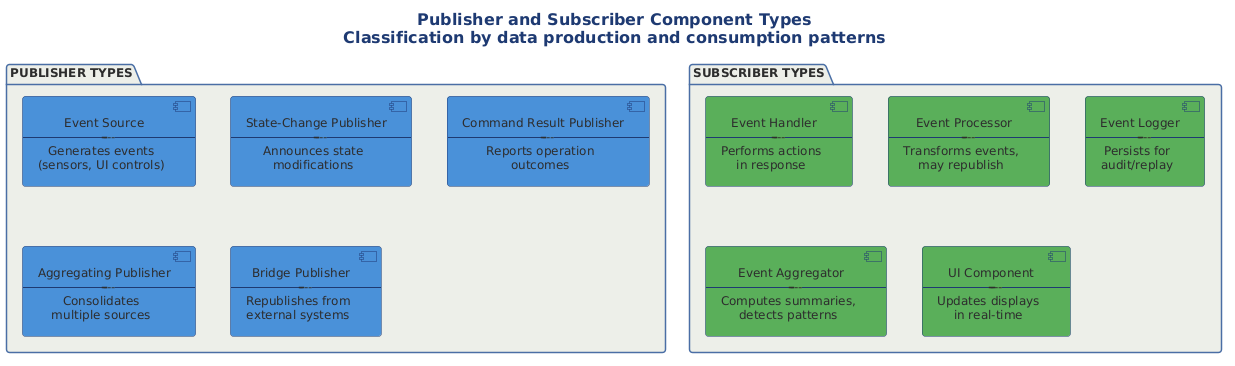
The PlantUML diagram src/architecture/views-and-beyond/style-catalogs/component-and-connector/publish-subscribe-style/png/publisher-subscriber-component-types.png in Notoriousjayy/latex-docs, before a commit. Source of this version:
```plantuml
@startuml

title Publisher and Subscriber Component Types\nClassification by data production and consumption patterns

!include ../../../../../../tooling/styles/plantuml/structural/package-diagram-style.iuml

package "PUBLISHER TYPES" {
    component "Event Source\n-----------\nGenerates events\n(sensors, UI controls)" as P1 #4A90D9
    component "State-Change Publisher\n-----------\nAnnounces state\nmodifications" as P2 #4A90D9
    component "Command Result Publisher\n-----------\nReports operation\noutcomes" as P3 #4A90D9
    component "Aggregating Publisher\n-----------\nConsolidates\nmultiple sources" as P4 #4A90D9
    component "Bridge Publisher\n-----------\nRepublishes from\nexternal systems" as P5 #4A90D9
}

package "SUBSCRIBER TYPES" {
    component "Event Handler\n-----------\nPerforms actions\nin response" as S1 #5BAE5B
    component "Event Processor\n-----------\nTransforms events,\nmay republish" as S2 #5BAE5B
    component "Event Logger\n-----------\nPersists for\naudit/replay" as S3 #5BAE5B
    component "Event Aggregator\n-----------\nComputes summaries,\ndetects patterns" as S4 #5BAE5B
    component "UI Component\n-----------\nUpdates displays\nin real-time" as S5 #5BAE5B
}

@enduml
```
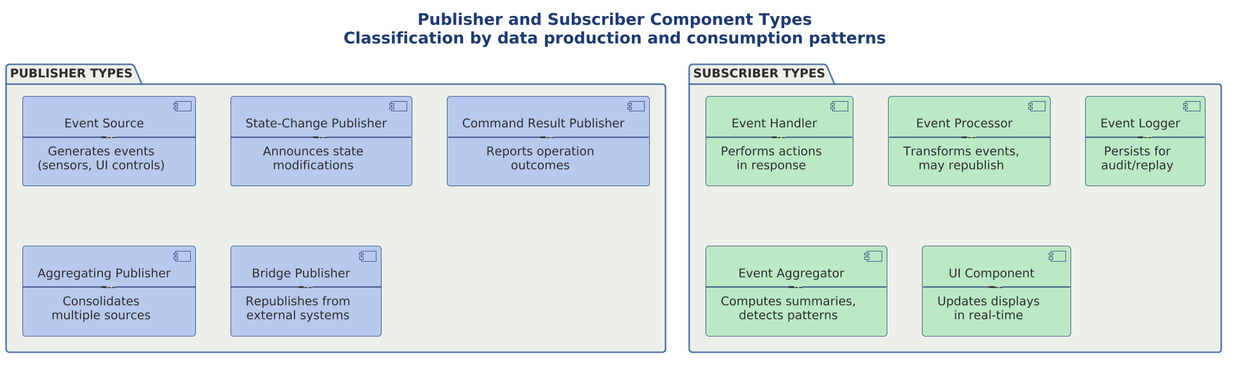
Later version of the same file.

Diff of the diagram source:
```diff
@@ -1,23 +1,28 @@
 @startuml
+
+skinparam dpi 150
+
+
+
 
 title Publisher and Subscriber Component Types\nClassification by data production and consumption patterns
 
 !include ../../../../../../tooling/styles/plantuml/structural/package-diagram-style.iuml
 
 package "PUBLISHER TYPES" {
-    component "Event Source\n-----------\nGenerates events\n(sensors, UI controls)" as P1 #4A90D9
-    component "State-Change Publisher\n-----------\nAnnounces state\nmodifications" as P2 #4A90D9
-    component "Command Result Publisher\n-----------\nReports operation\noutcomes" as P3 #4A90D9
-    component "Aggregating Publisher\n-----------\nConsolidates\nmultiple sources" as P4 #4A90D9
-    component "Bridge Publisher\n-----------\nRepublishes from\nexternal systems" as P5 #4A90D9
+    component "Event Source\n-----------\nGenerates events\n(sensors, UI controls)" as P1 $deep_primary
+    component "State-Change Publisher\n-----------\nAnnounces state\nmodifications" as P2 $deep_primary
+    component "Command Result Publisher\n-----------\nReports operation\noutcomes" as P3 $deep_primary
+    component "Aggregating Publisher\n-----------\nConsolidates\nmultiple sources" as P4 $deep_primary
+    component "Bridge Publisher\n-----------\nRepublishes from\nexternal systems" as P5 $deep_primary
 }
 
 package "SUBSCRIBER TYPES" {
-    component "Event Handler\n-----------\nPerforms actions\nin response" as S1 #5BAE5B
-    component "Event Processor\n-----------\nTransforms events,\nmay republish" as S2 #5BAE5B
-    component "Event Logger\n-----------\nPersists for\naudit/replay" as S3 #5BAE5B
-    component "Event Aggregator\n-----------\nComputes summaries,\ndetects patterns" as S4 #5BAE5B
-    component "UI Component\n-----------\nUpdates displays\nin real-time" as S5 #5BAE5B
+    component "Event Handler\n-----------\nPerforms actions\nin response" as S1 $deep_ok
+    component "Event Processor\n-----------\nTransforms events,\nmay republish" as S2 $deep_ok
+    component "Event Logger\n-----------\nPersists for\naudit/replay" as S3 $deep_ok
+    component "Event Aggregator\n-----------\nComputes summaries,\ndetects patterns" as S4 $deep_ok
+    component "UI Component\n-----------\nUpdates displays\nin real-time" as S5 $deep_ok
 }
 
 @enduml
```
